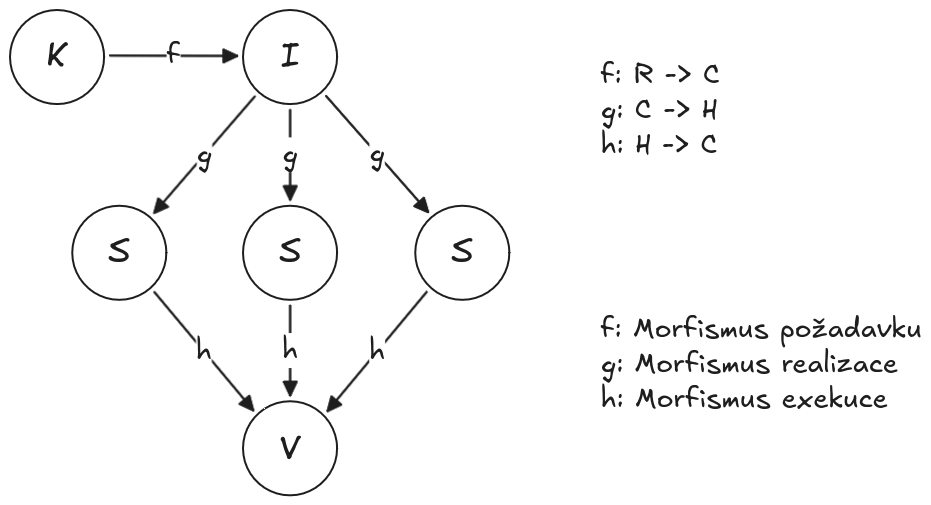
Above: obrazky/diplomka/category_strategy.excalidraw.png in Bahamut731lp/thesis-master (Excalidraw), before the change. Source tidied: one line per element, renumbered; positions are measured from the earlier drawing's top-left corner, leaving out a move shared by most shapes.
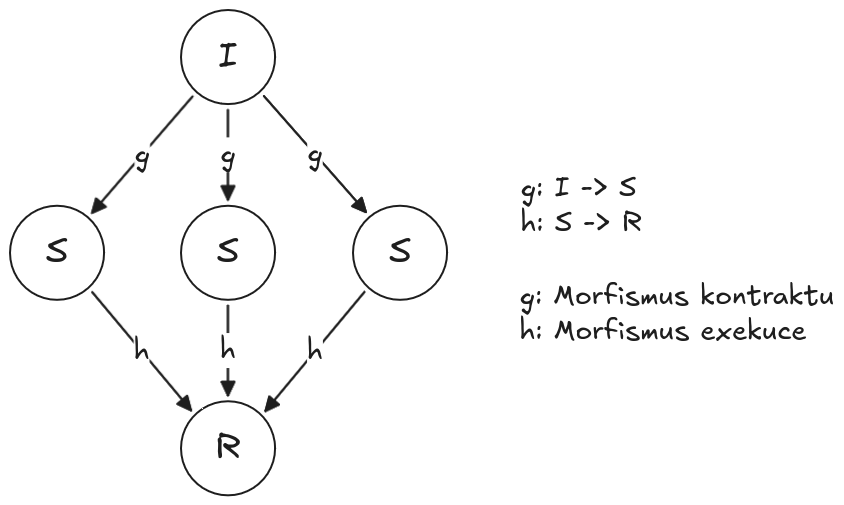
The same diagram one commit later.

What changed in the source:
```diff
@@ -1,17 +1,13 @@
 {"id": 0, "type": "ellipse", "strokeColor": "#1e1e1e", "strokeWidth": 2, "roughness": 0, "round": true, "x": 154, "y": 196, "width": 94, "height": 94}
 {"id": 1, "type": "text", "text": "S", "strokeColor": "#1e1e1e", "strokeWidth": 2, "roughness": 0, "fontSize": 36, "fontFamily": 5, "textAlign": "center", "verticalAlign": "middle", "inside": 0, "x": 191, "y": 221, "width": 22, "height": 45}
-{"id": 2, "type": "text", "text": "f: R -> C\ng: C -> H\nh: H -> C", "strokeColor": "#1e1e1e", "strokeWidth": 2, "roughness": 0, "fontSize": 28, "fontFamily": 5, "x": 683, "y": 49, "width": 120, "height": 105}
+{"id": 2, "type": "text", "text": "g: I -> S\nh: S -> R", "strokeColor": "#1e1e1e", "strokeWidth": 2, "roughness": 0, "fontSize": 28, "fontFamily": 5, "x": 665, "y": 162, "width": 122, "height": 70}
-{"id": 3, "type": "text", "text": "f: Morfismus požadavku\ng: Morfismus realizace\nh: Morfismus exekuce", "strokeColor": "#1e1e1e", "strokeWidth": 2, "roughness": 0, "fontSize": 28, "fontFamily": 5, "x": 683, "y": 302, "width": 321, "height": 105}
+{"id": 3, "type": "text", "text": "g: Morfismus kontraktu\nh: Morfismus exekuce", "strokeColor": "#1e1e1e", "strokeWidth": 2, "roughness": 0, "fontSize": 28, "fontFamily": 5, "x": 664, "y": 269, "width": 315, "height": 70}
-{"id": 4, "type": "ellipse", "strokeColor": "#1e1e1e", "strokeWidth": 2, "roughness": 0, "round": true, "x": 92, "y": 0, "width": 94, "height": 94}
-{"id": 5, "type": "text", "text": "K", "strokeColor": "#1e1e1e", "strokeWidth": 2, "roughness": 0, "fontSize": 36, "fontFamily": 5, "textAlign": "center", "verticalAlign": "middle", "inside": 4, "x": 129, "y": 25, "width": 22, "height": 45}
-{"id": 6, "type": "text", "text": "f", "strokeColor": "#1e1e1e", "strokeWidth": 2, "roughness": 0, "fontSize": 28, "fontFamily": 5, "textAlign": "center", "verticalAlign": "middle", "inside": 8, "x": 0, "y": 309, "width": 14, "height": 35}
 {"id": 7, "type": "ellipse", "strokeColor": "#1e1e1e", "strokeWidth": 2, "roughness": 0, "round": true, "x": 325, "y": 0, "width": 94, "height": 94}
-{"id": 8, "type": "arrow", "strokeColor": "#1e1e1e", "strokeWidth": 2, "roughness": 0, "endArrowhead": "triangle", "from": 4, "to": 7, "x": 192, "y": 46, "width": 127, "height": 0, "points": [[0, 0], [127, 0]]}
 {"id": 9, "type": "text", "text": "I", "strokeColor": "#1e1e1e", "strokeWidth": 2, "roughness": 0, "fontSize": 36, "fontFamily": 5, "textAlign": "center", "verticalAlign": "middle", "inside": 7, "x": 363, "y": 25, "width": 20, "height": 45}
 {"id": 10, "type": "ellipse", "strokeColor": "#1e1e1e", "strokeWidth": 2, "roughness": 0, "round": true, "x": 325, "y": 196, "width": 94, "height": 94}
 {"id": 11, "type": "text", "text": "S", "strokeColor": "#1e1e1e", "strokeWidth": 2, "roughness": 0, "fontSize": 36, "fontFamily": 5, "textAlign": "center", "verticalAlign": "middle", "inside": 10, "x": 361, "y": 220, "width": 22, "height": 45}
 {"id": 12, "type": "ellipse", "strokeColor": "#1e1e1e", "strokeWidth": 2, "roughness": 0, "round": true, "x": 325, "y": 391, "width": 94, "height": 94}
-{"id": 13, "type": "text", "text": "V", "strokeColor": "#1e1e1e", "strokeWidth": 2, "roughness": 0, "fontSize": 36, "fontFamily": 5, "textAlign": "center", "verticalAlign": "middle", "inside": 12, "x": 362, "y": 416, "width": 21, "height": 45}
+{"id": 13, "type": "text", "text": "R", "strokeColor": "#1e1e1e", "strokeWidth": 2, "roughness": 0, "fontSize": 36, "fontFamily": 5, "textAlign": "center", "verticalAlign": "middle", "inside": 12, "x": 359, "y": 416, "width": 26, "height": 45}
 {"id": 14, "type": "ellipse", "strokeColor": "#1e1e1e", "strokeWidth": 2, "roughness": 0, "round": true, "x": 498, "y": 196, "width": 94, "height": 94}
 {"id": 15, "type": "text", "text": "S", "strokeColor": "#1e1e1e", "strokeWidth": 2, "roughness": 0, "fontSize": 36, "fontFamily": 5, "textAlign": "center", "verticalAlign": "middle", "inside": 14, "x": 534, "y": 221, "width": 22, "height": 45}
 {"id": 16, "type": "arrow", "strokeColor": "#1e1e1e", "strokeWidth": 2, "roughness": 0, "endArrowhead": "triangle", "from": 7, "to": 0, "x": 337, "y": 87, "width": 101, "height": 116, "points": [[0, 0], [-101, 116]]}
```
